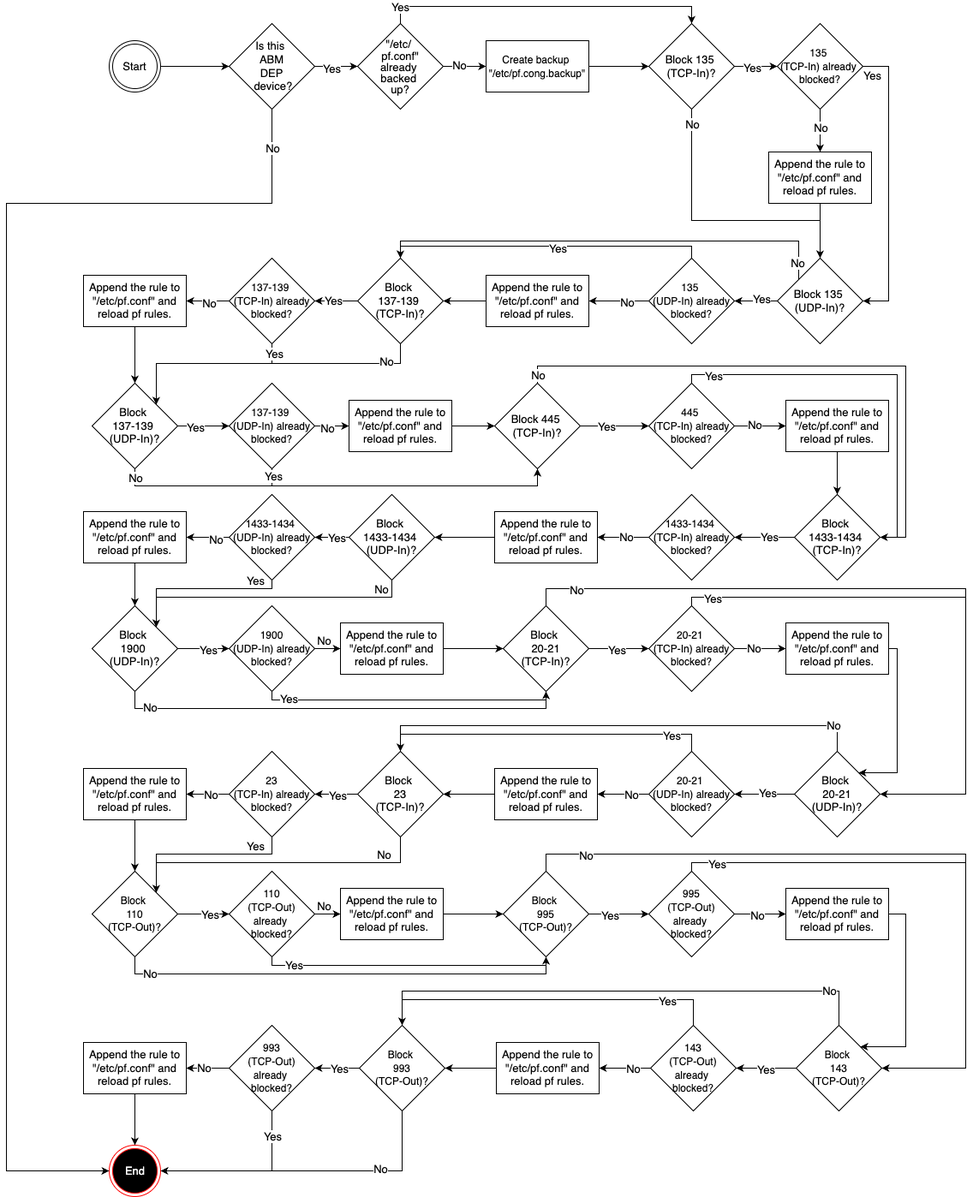
The draw.io diagram macOS/Config/Firewall/Block Selected Port Numbers from macOS Firewall/Diagram.png in microsoft/shell-intune-samples, before a commit. Source tidied: cells renumbered, new cells last; positions are measured from the earlier drawing's top-left corner, leaving out a move shared by most shapes.
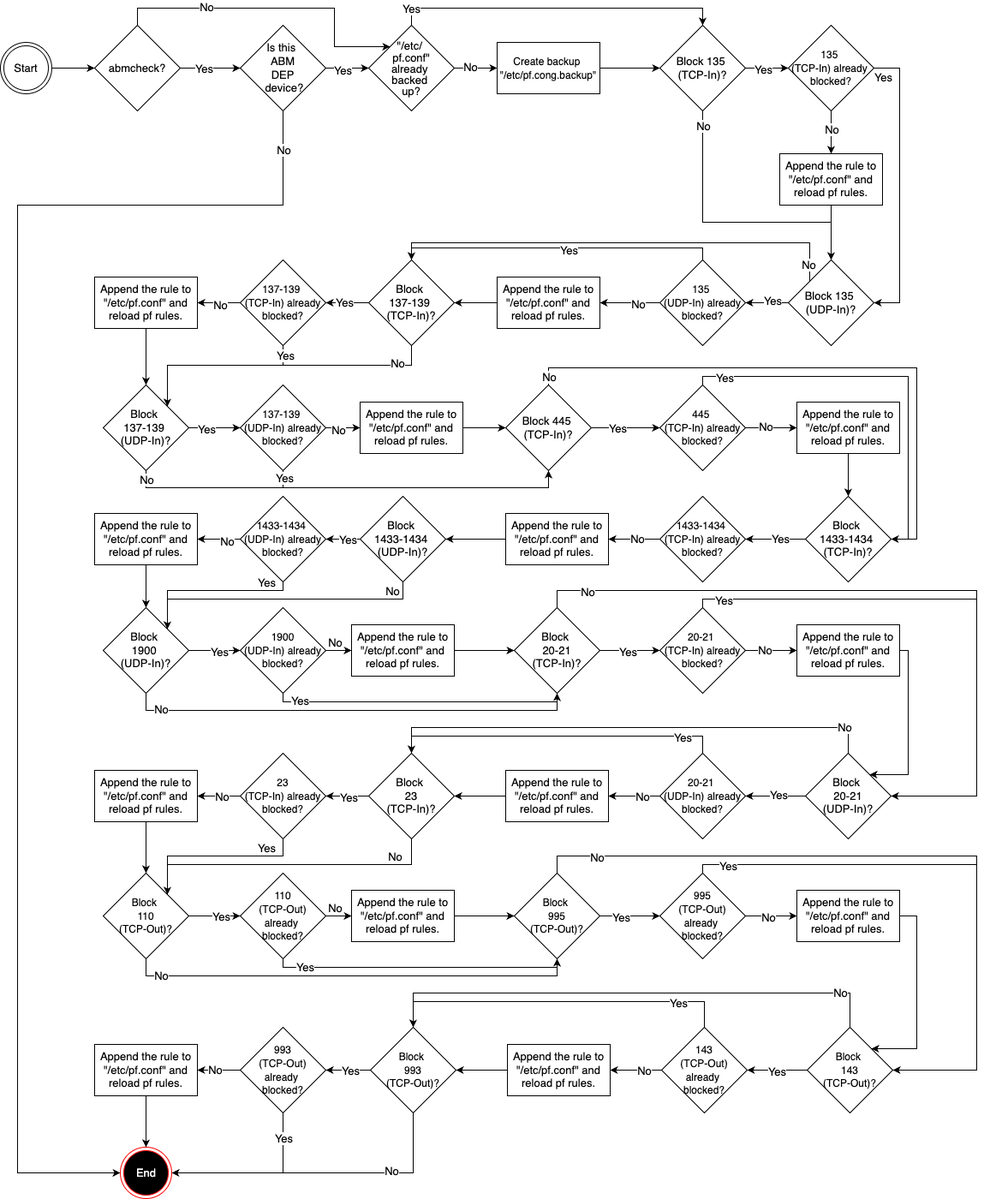
After the change.

Diff of the diagram source:
```diff
@@ -2,11 +2,11 @@
   <root>
     <mxCell id="0" />
     <mxCell id="1" parent="0" />
-    <mxCell id="2" style="edgeStyle=none;html=1;exitX=1;exitY=0.5;exitDx=0;exitDy=0;" parent="1" edge="1" source="3" target="192">
-      <mxGeometry relative="1" as="geometry" />
-    </mxCell>
+    <mxCell id="193" style="edgeStyle=none;html=1;exitX=1;exitY=0.5;exitDx=0;exitDy=0;entryX=0;entryY=0.5;entryDx=0;entryDy=0;" parent="1" edge="1" source="3" target="198">
+      <mxGeometry relative="1" as="geometry" />
+    </mxCell>
     <mxCell id="3" value="&lt;font style=&quot;color: rgb(0, 0, 0);&quot;&gt;Start&lt;/font&gt;" style="ellipse;shape=doubleEllipse;html=1;dashed=0;whiteSpace=wrap;fontSize=13;fontColor=#000000;" parent="1" vertex="1">
-      <mxGeometry x="120" y="20" width="60" height="60" as="geometry" />
+      <mxGeometry x="-20" y="20" width="60" height="60" as="geometry" />
     </mxCell>
     <mxCell id="4" style="edgeStyle=orthogonalEdgeStyle;rounded=0;jettySize=auto;html=1;exitX=1;exitY=0.5;exitDx=0;exitDy=0;entryX=0;entryY=0.5;entryDx=0;entryDy=0;fontSize=13;fontColor=#000000;" parent="1" edge="1" source="8" target="10">
       <mxGeometry relative="1" as="geometry" />
@@ -718,5 +718,26 @@
     <mxCell id="192" value="&lt;font style=&quot;color: rgb(0, 0, 0);&quot;&gt;Is this&amp;nbsp;&lt;/font&gt;&lt;div&gt;&lt;font style=&quot;color: rgb(0, 0, 0);&quot;&gt;ABM&lt;/font&gt;&lt;div&gt;&lt;font style=&quot;color: rgb(0, 0, 0);&quot;&gt;DEP&lt;/font&gt;&lt;/div&gt;&lt;div&gt;&lt;font style=&quot;color: rgb(0, 0, 0);&quot;&gt;&amp;nbsp;device?&lt;/font&gt;&lt;/div&gt;&lt;/div&gt;" style="rhombus;whiteSpace=wrap;html=1;fontSize=13;fontColor=#000000;align=center;" parent="1" vertex="1">
       <mxGeometry x="260" width="100" height="100" as="geometry" />
     </mxCell>
+    <mxCell id="194" style="edgeStyle=none;html=1;exitX=1;exitY=0.5;exitDx=0;exitDy=0;entryX=0;entryY=0.5;entryDx=0;entryDy=0;" parent="1" edge="1" source="198" target="192">
+      <mxGeometry relative="1" as="geometry" />
+    </mxCell>
+    <mxCell id="195" value="&lt;font style=&quot;font-size: 13px; color: rgb(0, 0, 0);&quot;&gt;Yes&lt;/font&gt;" style="edgeLabel;html=1;align=center;verticalAlign=middle;" parent="194" vertex="1">
+      <mxGeometry x="-0.23" relative="1" as="geometry" />
+    </mxCell>
+    <mxCell id="196" style="edgeStyle=orthogonalEdgeStyle;html=1;exitX=0.5;exitY=0;exitDx=0;exitDy=0;entryX=0;entryY=0;entryDx=0;entryDy=0;rounded=0;curved=0;" parent="1" edge="1" source="198" target="8">
+      <mxGeometry relative="1" as="geometry">
+        <Array as="points">
+          <mxPoint x="140" y="-20" />
+          <mxPoint x="370" y="-20" />
+          <mxPoint x="370" y="25" />
+        </Array>
+      </mxGeometry>
+    </mxCell>
+    <mxCell id="197" value="&lt;font style=&quot;font-size: 13px; color: rgb(0, 0, 0);&quot;&gt;No&lt;/font&gt;" style="edgeLabel;html=1;align=center;verticalAlign=middle;" parent="196" vertex="1">
+      <mxGeometry x="-0.45" y="2" relative="1" as="geometry" />
+    </mxCell>
+    <mxCell id="198" value="abmcheck?" style="rhombus;whiteSpace=wrap;html=1;fontSize=13;fontColor=#000000;align=center;" parent="1" vertex="1">
+      <mxGeometry x="90" width="100" height="100" as="geometry" />
+    </mxCell>
   </root>
 </mxGraphModel>
```
